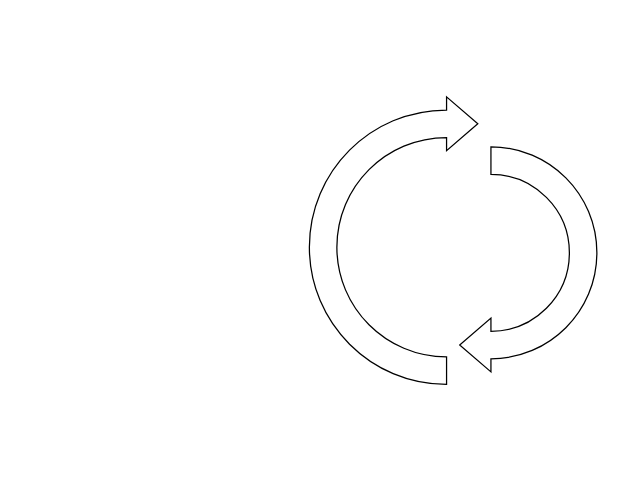
Earlier version of the draw.io diagram Untitled Diagram.drawio (lolanaator64/yeetboy). Source tidied: cells renumbered, new cells numbered last; positions are measured from the earlier drawing's top-left corner, leaving out a move shared by most shapes. Both pictures are drawn from the tidied source at 125%, with x=0, y=0 at pixel (309, 96).
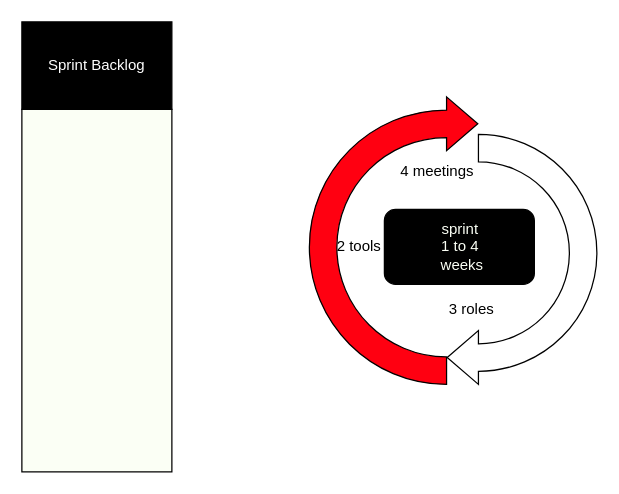
After the change.

The edit, as a diff of the source:
```diff
@@
 <mxGraphModel>
   <root>
     <mxCell id="0" />
     <mxCell id="1" parent="0" />
-    <mxCell id="2" style="html=1;shadow=0;dashed=0;align=center;verticalAlign=middle;shape=mxgraph.arrows2.uTurnArrow;dy=11;arrowHead=43;dx2=25;" parent="1" vertex="1">
+    <mxCell id="2" style="html=1;shadow=0;dashed=0;align=center;verticalAlign=middle;shape=mxgraph.arrows2.uTurnArrow;dy=11;arrowHead=43;dx2=25;fillColor=#FF0011;" parent="1" vertex="1">
       <mxGeometry width="100" height="230" as="geometry" />
     </mxCell>
-    <mxCell id="3" style="html=1;shadow=0;dashed=0;align=center;verticalAlign=middle;shape=mxgraph.arrows2.uTurnArrow;dy=11;arrowHead=43;dx2=25;rotation=-180;" parent="1" vertex="1">
-      <mxGeometry x="150" y="40" width="80" height="180" as="geometry" />
+    <mxCell id="3" style="html=1;shadow=0;dashed=0;align=center;verticalAlign=middle;shape=mxgraph.arrows2.uTurnArrow;dy=11;arrowHead=43;dx2=25;rotation=-180;fillColor=#FFFFFF;" parent="1" vertex="1">
+      <mxGeometry x="150" y="30" width="80" height="200" as="geometry" />
     </mxCell>
+    <mxCell id="4" style="rounded=1;whiteSpace=wrap;html=1;fillColor=#000000;" parent="1" vertex="1">
+      <mxGeometry x="60" y="90" width="120" height="60" as="geometry" />
+    </mxCell>
+    <mxCell id="5" value="&lt;font color=&quot;#fbfff5&quot;&gt;sprint&amp;nbsp;&lt;br&gt;1 to 4&amp;nbsp; weeks&lt;/font&gt;" style="text;html=1;strokeColor=none;fillColor=none;align=center;verticalAlign=middle;whiteSpace=wrap;rounded=0;" parent="1" vertex="1">
+      <mxGeometry x="95" y="110" width="55" height="20" as="geometry" />
+    </mxCell>
+    <mxCell id="6" value="2 tools" style="text;html=1;strokeColor=none;fillColor=none;align=center;verticalAlign=middle;whiteSpace=wrap;rounded=0;" parent="1" vertex="1">
+      <mxGeometry x="20" y="110" width="40" height="20" as="geometry" />
+    </mxCell>
+    <mxCell id="7" value="3 roles" style="text;html=1;strokeColor=none;fillColor=none;align=center;verticalAlign=middle;whiteSpace=wrap;rounded=0;" parent="1" vertex="1">
+      <mxGeometry x="110" y="160" width="40" height="20" as="geometry" />
+    </mxCell>
+    <mxCell id="8" value="4 meetings" style="text;html=1;strokeColor=none;fillColor=none;align=center;verticalAlign=middle;whiteSpace=wrap;rounded=0;" parent="1" vertex="1">
+      <mxGeometry x="70" y="50" width="65" height="20" as="geometry" />
+    </mxCell>
+    <mxCell id="9" value="&lt;font color=&quot;#ffffff&quot;&gt;Sprint Backlog&lt;/font&gt;" style="rounded=0;whiteSpace=wrap;html=1;fillColor=#000000;" parent="1" vertex="1">
+      <mxGeometry x="-230" y="-60" width="120" height="70" as="geometry" />
+    </mxCell>
+    <mxCell id="10" style="rounded=0;whiteSpace=wrap;html=1;fillColor=#FBFFF5;" parent="1" vertex="1">
+      <mxGeometry x="-230" y="10" width="120" height="290" as="geometry" />
+    </mxCell>
   </root>
 </mxGraphModel>
```
